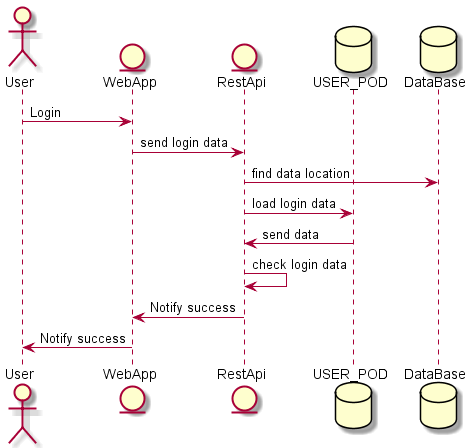
This is images/LoginUserPOD.png from Arquisoft/dede_es3c, a PlantUML export, as it was before one commit.
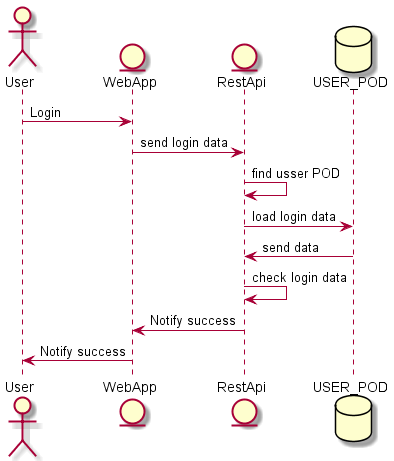
Above is the later version.

Change to the diagram source:
```diff
@@ -3,10 +3,9 @@
 entity WebApp
 entity RestApi
 database USER_POD
-database DataBase
 User-> WebApp : Login
 WebApp-> RestApi : send login data
-RestApi -> DataBase : find data location
+RestApi -> RestApi : find usser POD
 RestApi -> USER_POD : load login data
 USER_POD -> RestApi : send data
 RestApi -> RestApi : check login data
```
